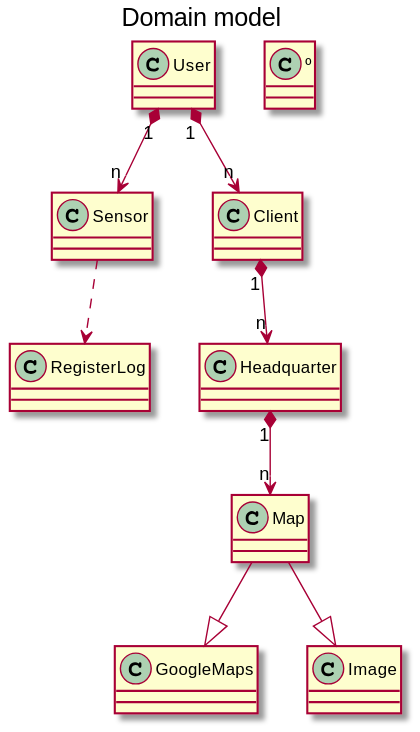
Above: docs/src/domainModel/domainModel.svg in jumpering/pestmonitors (PlantUML), before the change.
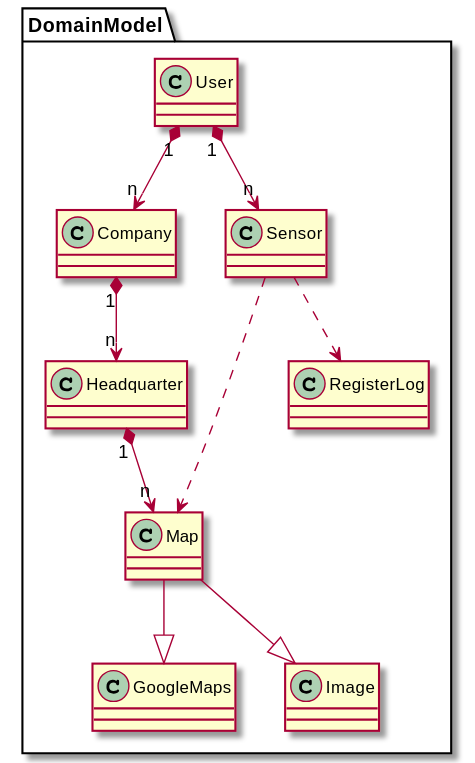
The same diagram one commit later.

What changed in the source:
```diff
@@ -1,7 +1,7 @@
 @startuml
-title Domain model
+namespace DomainModel{
 class User
-class º
+class Company
 class Headquarter
 class Map
 class GoogleMaps
@@ -10,11 +10,14 @@
 class RegisterLog
 
 User "1" *--> "n" Sensor
-User "1" *--> "n" Client
-Client "1" *--> "n" Headquarter
+User "1" *--> "n" Company
+Company "1" *--> "n" Headquarter
 Headquarter "1" *--> "n" Map
 Map -down-|> GoogleMaps
 Map -down-|> Image
 
+Sensor ..> Map
+
 Sensor ..> RegisterLog
+}
 @enduml
```
